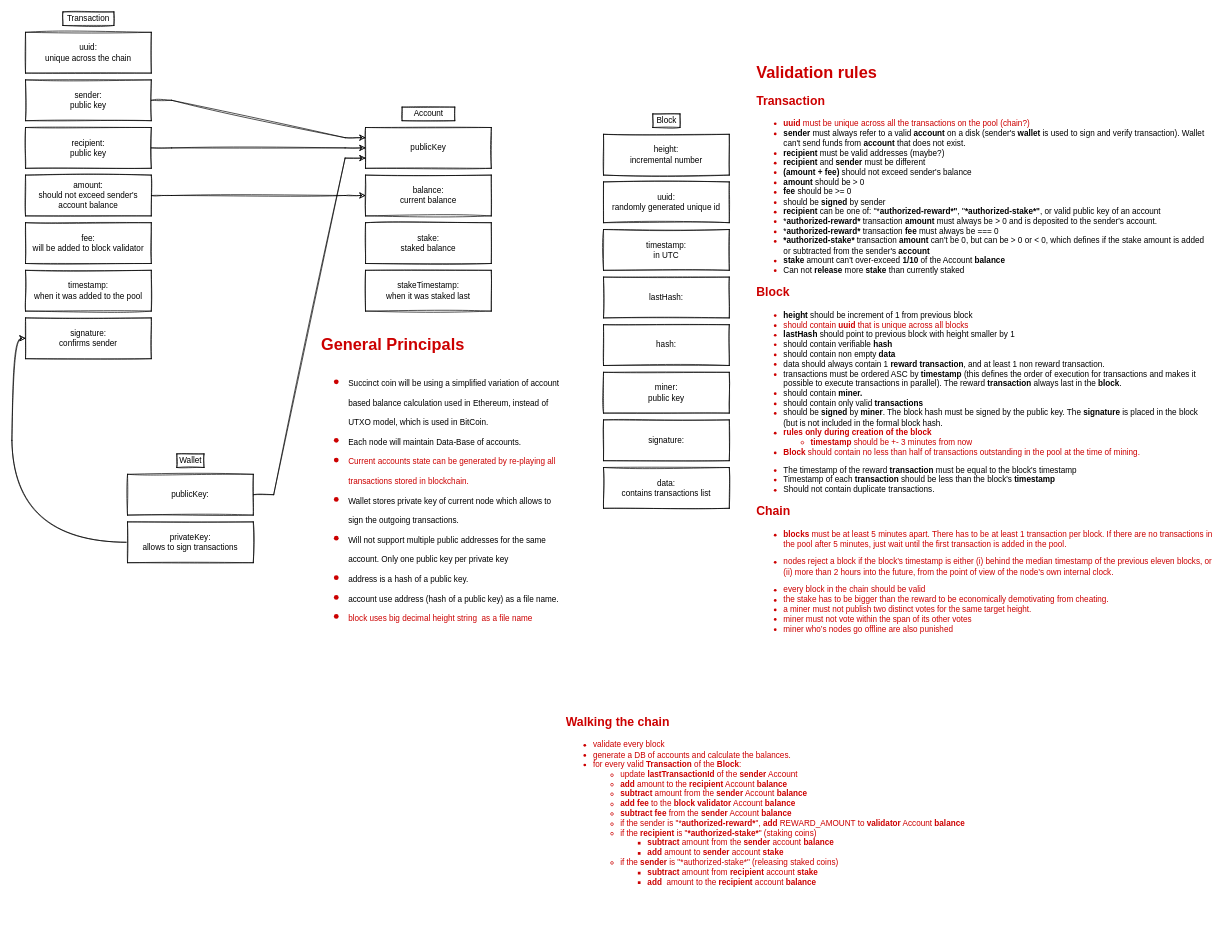
This is docs/Transaction Structure Diagram.drawio from echowaves/succinctcoin, a draw.io file, before an edit. Source tidied: cells renumbered, new cells numbered last; positions are measured from the earlier drawing's top-left corner, leaving out a move shared by most shapes. Both pictures are drawn from the tidied source at 68%, with x=0, y=0 at pixel (25, 12).
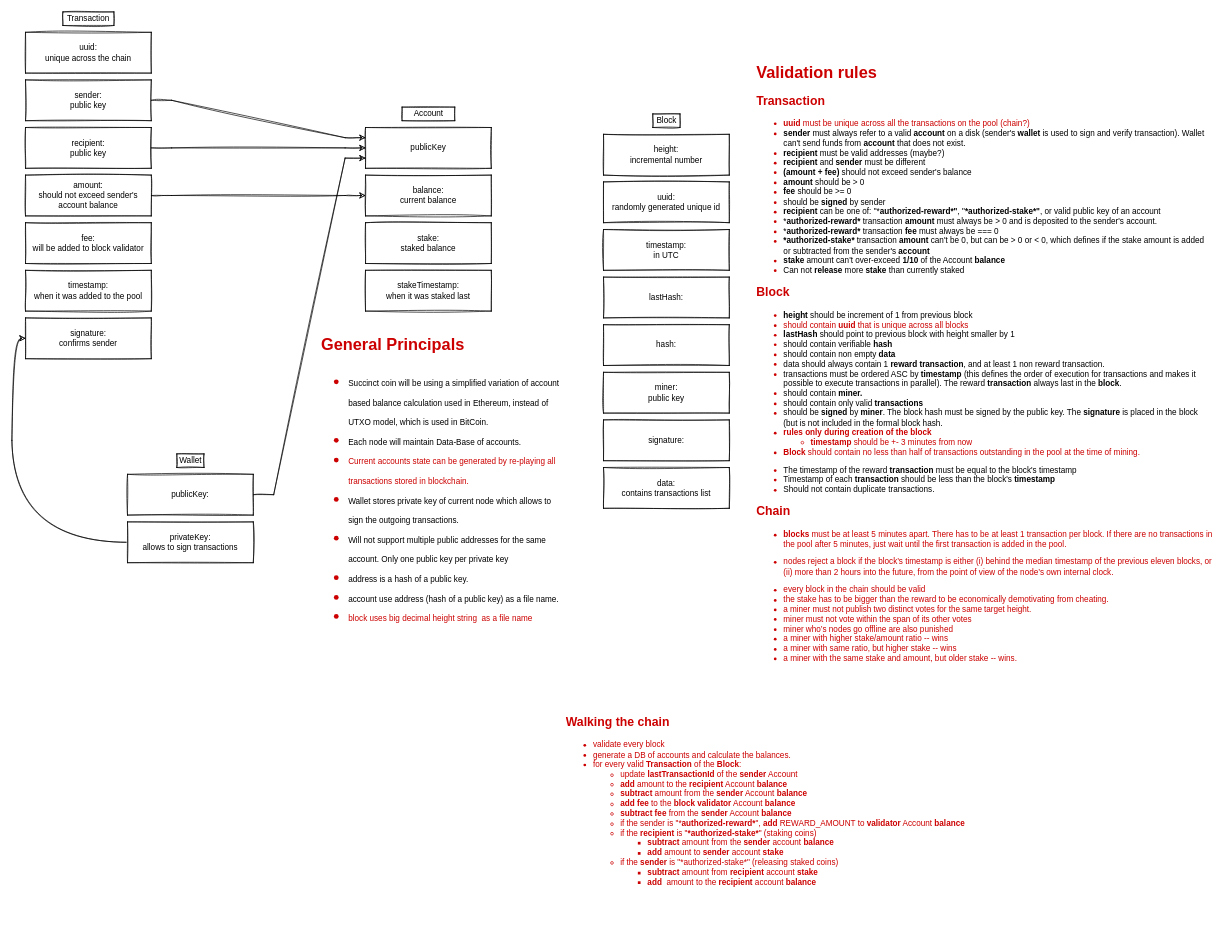
The same diagram, later.

The edit, as a diff of the source:
```diff
@@
-    <mxCell id="30" value="&lt;h1&gt;Validation rules&lt;/h1&gt;&lt;h2&gt;Transaction&lt;/h2&gt;&lt;div&gt;&lt;ul&gt;&lt;li&gt;&lt;b&gt;uuid&lt;/b&gt; must be unique across all the transactions on the pool (chain?)&lt;/li&gt;&lt;li&gt;&lt;font color=&quot;#000000&quot;&gt;&lt;b&gt;sender &lt;/b&gt;must always refer to a valid &lt;b&gt;account&lt;/b&gt; on a disk (sender's &lt;b&gt;wallet&lt;/b&gt; is used to sign and verify transaction). Wallet can't send funds from &lt;b&gt;account &lt;/b&gt;that does not exist.&lt;/font&gt;&lt;/li&gt;&lt;li&gt;&lt;font color=&quot;#000000&quot;&gt;&lt;b&gt;recipient&lt;/b&gt; must be valid addresses (maybe?)&lt;/font&gt;&lt;/li&gt;&lt;li&gt;&lt;font color=&quot;#000000&quot;&gt;&lt;b&gt;recipient&lt;/b&gt; and &lt;b&gt;sender&lt;/b&gt; must be different&lt;/font&gt;&lt;/li&gt;&lt;li&gt;&lt;font color=&quot;#000000&quot;&gt;&lt;b&gt;(amount + fee)&lt;/b&gt;&lt;span&gt; should not exceed sender's balance&lt;/span&gt;&lt;br&gt;&lt;/font&gt;&lt;/li&gt;&lt;li&gt;&lt;font color=&quot;#000000&quot;&gt;&lt;b&gt;amount&lt;/b&gt; should be &amp;gt; 0&lt;/font&gt;&lt;/li&gt;&lt;li&gt;&lt;font color=&quot;#000000&quot;&gt;&lt;b&gt;fee&lt;/b&gt;&amp;nbsp;should be &amp;gt;= 0&lt;/font&gt;&lt;/li&gt;&lt;li&gt;&lt;font color=&quot;#000000&quot;&gt;should be &lt;b&gt;signed&lt;/b&gt; by sender&lt;/font&gt;&lt;/li&gt;&lt;li&gt;&lt;font color=&quot;#000000&quot;&gt;&lt;b&gt;recipient&lt;/b&gt;&lt;span&gt;&amp;nbsp;can be one of: &quot;*&lt;/span&gt;&lt;b&gt;authorized-reward*&quot;&lt;/b&gt;&lt;span&gt;, &quot;&lt;/span&gt;&lt;b&gt;*authorized-stake*&quot;&lt;/b&gt;&lt;span&gt;, or valid public key of an account&lt;/span&gt;&lt;br&gt;&lt;/font&gt;&lt;/li&gt;&lt;li&gt;&lt;font color=&quot;#000000&quot;&gt;&lt;span&gt;*&lt;/span&gt;&lt;b&gt;authorized-reward*&lt;/b&gt;&amp;nbsp;transaction &lt;b&gt;amount&lt;/b&gt; must always be &amp;gt; 0 and is deposited to the sender's account.&lt;/font&gt;&lt;/li&gt;&lt;li&gt;&lt;font color=&quot;#000000&quot;&gt;*&lt;b&gt;authorized-reward*&lt;/b&gt;&amp;nbsp;transaction&amp;nbsp;&lt;b&gt;fee&lt;/b&gt;&amp;nbsp;must always be === 0&amp;nbsp;&lt;/font&gt;&lt;/li&gt;&lt;li&gt;&lt;font color=&quot;#000000&quot;&gt;&lt;b&gt;*authorized-stake* &lt;/b&gt;&lt;span&gt;transaction &lt;b&gt;amount&lt;/b&gt; can't be 0, but can be &amp;gt; 0 or &amp;lt; 0, which defines if the stake amount is added or subtracted from the sender's &lt;b&gt;account&lt;/b&gt;&lt;/span&gt;&lt;/font&gt;&lt;br&gt;&lt;/li&gt;&lt;li&gt;&lt;font color=&quot;#000000&quot;&gt;&lt;b&gt;stake &lt;/b&gt;amount can't over-exceed &lt;b&gt;1/10&lt;/b&gt; of the Account &lt;b&gt;balance&lt;/b&gt;&lt;/font&gt;&lt;/li&gt;&lt;li&gt;&lt;font color=&quot;#000000&quot;&gt;Can not &lt;b&gt;release&lt;/b&gt; more &lt;b&gt;stake&lt;/b&gt; than currently staked&lt;/font&gt;&lt;/li&gt;&lt;/ul&gt;&lt;/div&gt;&lt;h2&gt;Block&lt;/h2&gt;&lt;div&gt;&lt;ul&gt;&lt;li&gt;&lt;font color=&quot;#000000&quot;&gt;&lt;b&gt;height&lt;/b&gt;&lt;span&gt; should be increment of 1 from previous block&lt;/span&gt;&lt;br&gt;&lt;/font&gt;&lt;/li&gt;&lt;li&gt;should contain &lt;b&gt;uuid &lt;/b&gt;that is unique across all blocks&lt;/li&gt;&lt;li&gt;&lt;font color=&quot;#000000&quot;&gt;&lt;b&gt;lastHash&lt;/b&gt; should point to previous block with height smaller by 1&lt;/font&gt;&lt;/li&gt;&lt;li&gt;&lt;font color=&quot;#000000&quot;&gt;should contain verifiable &lt;b&gt;hash&lt;/b&gt;&lt;/font&gt;&lt;/li&gt;&lt;li&gt;&lt;font color=&quot;#000000&quot;&gt;should contain non empty &lt;b&gt;data&lt;/b&gt;&lt;/font&gt;&lt;/li&gt;&lt;li&gt;&lt;font color=&quot;#000000&quot;&gt;data should always contain 1&amp;nbsp;&lt;b&gt;reward transaction&lt;/b&gt;, and at least 1 non reward transaction.&lt;/font&gt;&lt;/li&gt;&lt;li&gt;&lt;font color=&quot;#000000&quot;&gt;transactions must be ordered ASC by &lt;b&gt;timestamp &lt;/b&gt;(this defines the order of execution for transactions and makes it possible to execute transactions in parallel). The reward &lt;b&gt;transaction &lt;/b&gt;always last in the &lt;b&gt;block&lt;/b&gt;.&lt;/font&gt;&lt;/li&gt;&lt;li&gt;&lt;font color=&quot;#000000&quot;&gt;should contain &lt;b&gt;miner.&lt;/b&gt;&lt;/font&gt;&lt;/li&gt;&lt;li&gt;&lt;font color=&quot;#000000&quot;&gt;should contain only valid &lt;b&gt;transactions&lt;/b&gt;&lt;/font&gt;&lt;/li&gt;&lt;li&gt;&lt;font color=&quot;#000000&quot;&gt;should be &lt;b&gt;signed&lt;/b&gt; by &lt;b&gt;miner&lt;/b&gt;. The block hash must be signed by the public key. The &lt;b&gt;signature&lt;/b&gt; is placed in the block (but is not included in the formal block hash.&lt;/font&gt;&lt;/li&gt;&lt;li&gt;&lt;b&gt;rules only during creation of the block&lt;/b&gt;&lt;/li&gt;&lt;ul&gt;&lt;li&gt;&lt;b&gt;timestamp&lt;/b&gt; should be +- 3 minutes from now&lt;/li&gt;&lt;/ul&gt;&lt;li&gt;&lt;b&gt;Block &lt;/b&gt;should contain no less than half of transactions outstanding in the pool at the time of mining.&lt;/li&gt;&lt;/ul&gt;&lt;p&gt;&lt;/p&gt;&lt;ul&gt;&lt;li&gt;&lt;span style=&quot;background-color: rgb(255 , 255 , 255)&quot;&gt;&lt;font style=&quot;font-size: 12px&quot; color=&quot;#000000&quot;&gt;The timestamp of the reward &lt;b&gt;transaction&lt;/b&gt; must be equal to the block's timestamp&lt;/font&gt;&lt;/span&gt;&lt;/li&gt;&lt;li&gt;&lt;font color=&quot;#000000&quot;&gt;Timestamp&lt;b&gt;&amp;nbsp;&lt;/b&gt;of each &lt;b&gt;transaction&amp;nbsp;&lt;/b&gt;should be less than the block's&amp;nbsp;&lt;b&gt;timestamp&lt;/b&gt;&lt;/font&gt;&lt;/li&gt;&lt;li&gt;&lt;font color=&quot;#000000&quot;&gt;Should not contain duplicate transactions.&amp;nbsp;&lt;/font&gt;&lt;/li&gt;&lt;/ul&gt;&lt;p&gt;&lt;/p&gt;&lt;/div&gt;&lt;h2&gt;Chain&lt;/h2&gt;&lt;div&gt;&lt;ul&gt;&lt;li&gt;&lt;b&gt;blocks&amp;nbsp;&lt;/b&gt;must be at least 5 minutes apart. There has to be at least 1 transaction per block. If there are no transactions in the pool after 5 minutes, just wait until the first transaction is added in the pool.&lt;/li&gt;&lt;/ul&gt;&lt;p&gt;&lt;/p&gt;&lt;ul&gt;&lt;li&gt;&lt;span style=&quot;background-color: rgb(255 , 255 , 255)&quot;&gt;&lt;font style=&quot;font-size: 12px&quot;&gt;nodes reject a block if the block’s timestamp is either (i) behind the median timestamp of the previous eleven blocks, or (ii) more than 2 hours into the future, from the point of view of the node’s own internal clock.&lt;/font&gt;&lt;/span&gt;&lt;/li&gt;&lt;/ul&gt;&lt;p&gt;&lt;/p&gt;&lt;ul&gt;&lt;li&gt;every block in the chain should be valid&lt;/li&gt;&lt;li&gt;the stake has to be bigger than the reward to be economically demotivating from cheating.&lt;/li&gt;&lt;li&gt;&lt;span style=&quot;letter-spacing: -0.063px ; background-color: rgb(255 , 255 , 255)&quot;&gt;a miner must not publish two distinct votes for the same target height.&lt;/span&gt;&lt;br&gt;&lt;/li&gt;&lt;li&gt;&lt;span style=&quot;letter-spacing: -0.063px ; background-color: rgb(255 , 255 , 255)&quot;&gt;miner must not vote within the span of its other votes&lt;/span&gt;&lt;/li&gt;&lt;li&gt;&lt;span style=&quot;letter-spacing: -0.063px ; background-color: rgb(255 , 255 , 255)&quot;&gt;miner&lt;/span&gt; who’s nodes go offline are also punished&lt;/li&gt;&lt;/ul&gt;&lt;div&gt;&lt;br&gt;&lt;/div&gt;&lt;/div&gt;&lt;h2&gt;&lt;br&gt;&lt;/h2&gt;" style="text;html=1;fillColor=none;spacing=5;spacingTop=-20;whiteSpace=wrap;overflow=hidden;rounded=0;sketch=1;fontColor=#CC0000;" parent="1" vertex="1">
+    <mxCell id="30" value="&lt;h1&gt;Validation rules&lt;/h1&gt;&lt;h2&gt;Transaction&lt;/h2&gt;&lt;div&gt;&lt;ul&gt;&lt;li&gt;&lt;b&gt;uuid&lt;/b&gt; must be unique across all the transactions on the pool (chain?)&lt;/li&gt;&lt;li&gt;&lt;font color=&quot;#000000&quot;&gt;&lt;b&gt;sender &lt;/b&gt;must always refer to a valid &lt;b&gt;account&lt;/b&gt; on a disk (sender's &lt;b&gt;wallet&lt;/b&gt; is used to sign and verify transaction). Wallet can't send funds from &lt;b&gt;account &lt;/b&gt;that does not exist.&lt;/font&gt;&lt;/li&gt;&lt;li&gt;&lt;font color=&quot;#000000&quot;&gt;&lt;b&gt;recipient&lt;/b&gt; must be valid addresses (maybe?)&lt;/font&gt;&lt;/li&gt;&lt;li&gt;&lt;font color=&quot;#000000&quot;&gt;&lt;b&gt;recipient&lt;/b&gt; and &lt;b&gt;sender&lt;/b&gt; must be different&lt;/font&gt;&lt;/li&gt;&lt;li&gt;&lt;font color=&quot;#000000&quot;&gt;&lt;b&gt;(amount + fee)&lt;/b&gt;&lt;span&gt; should not exceed sender's balance&lt;/span&gt;&lt;br&gt;&lt;/font&gt;&lt;/li&gt;&lt;li&gt;&lt;font color=&quot;#000000&quot;&gt;&lt;b&gt;amount&lt;/b&gt; should be &amp;gt; 0&lt;/font&gt;&lt;/li&gt;&lt;li&gt;&lt;font color=&quot;#000000&quot;&gt;&lt;b&gt;fee&lt;/b&gt;&amp;nbsp;should be &amp;gt;= 0&lt;/font&gt;&lt;/li&gt;&lt;li&gt;&lt;font color=&quot;#000000&quot;&gt;should be &lt;b&gt;signed&lt;/b&gt; by sender&lt;/font&gt;&lt;/li&gt;&lt;li&gt;&lt;font color=&quot;#000000&quot;&gt;&lt;b&gt;recipient&lt;/b&gt;&lt;span&gt;&amp;nbsp;can be one of: &quot;*&lt;/span&gt;&lt;b&gt;authorized-reward*&quot;&lt;/b&gt;&lt;span&gt;, &quot;&lt;/span&gt;&lt;b&gt;*authorized-stake*&quot;&lt;/b&gt;&lt;span&gt;, or valid public key of an account&lt;/span&gt;&lt;br&gt;&lt;/font&gt;&lt;/li&gt;&lt;li&gt;&lt;font color=&quot;#000000&quot;&gt;&lt;span&gt;*&lt;/span&gt;&lt;b&gt;authorized-reward*&lt;/b&gt;&amp;nbsp;transaction &lt;b&gt;amount&lt;/b&gt; must always be &amp;gt; 0 and is deposited to the sender's account.&lt;/font&gt;&lt;/li&gt;&lt;li&gt;&lt;font color=&quot;#000000&quot;&gt;*&lt;b&gt;authorized-reward*&lt;/b&gt;&amp;nbsp;transaction&amp;nbsp;&lt;b&gt;fee&lt;/b&gt;&amp;nbsp;must always be === 0&amp;nbsp;&lt;/font&gt;&lt;/li&gt;&lt;li&gt;&lt;font color=&quot;#000000&quot;&gt;&lt;b&gt;*authorized-stake* &lt;/b&gt;&lt;span&gt;transaction &lt;b&gt;amount&lt;/b&gt; can't be 0, but can be &amp;gt; 0 or &amp;lt; 0, which defines if the stake amount is added or subtracted from the sender's &lt;b&gt;account&lt;/b&gt;&lt;/span&gt;&lt;/font&gt;&lt;br&gt;&lt;/li&gt;&lt;li&gt;&lt;font color=&quot;#000000&quot;&gt;&lt;b&gt;stake &lt;/b&gt;amount can't over-exceed &lt;b&gt;1/10&lt;/b&gt; of the Account &lt;b&gt;balance&lt;/b&gt;&lt;/font&gt;&lt;/li&gt;&lt;li&gt;&lt;font color=&quot;#000000&quot;&gt;Can not &lt;b&gt;release&lt;/b&gt; more &lt;b&gt;stake&lt;/b&gt; than currently staked&lt;/font&gt;&lt;/li&gt;&lt;/ul&gt;&lt;/div&gt;&lt;h2&gt;Block&lt;/h2&gt;&lt;div&gt;&lt;ul&gt;&lt;li&gt;&lt;font color=&quot;#000000&quot;&gt;&lt;b&gt;height&lt;/b&gt;&lt;span&gt; should be increment of 1 from previous block&lt;/span&gt;&lt;br&gt;&lt;/font&gt;&lt;/li&gt;&lt;li&gt;should contain &lt;b&gt;uuid &lt;/b&gt;that is unique across all blocks&lt;/li&gt;&lt;li&gt;&lt;font color=&quot;#000000&quot;&gt;&lt;b&gt;lastHash&lt;/b&gt; should point to previous block with height smaller by 1&lt;/font&gt;&lt;/li&gt;&lt;li&gt;&lt;font color=&quot;#000000&quot;&gt;should contain verifiable &lt;b&gt;hash&lt;/b&gt;&lt;/font&gt;&lt;/li&gt;&lt;li&gt;&lt;font color=&quot;#000000&quot;&gt;should contain non empty &lt;b&gt;data&lt;/b&gt;&lt;/font&gt;&lt;/li&gt;&lt;li&gt;&lt;font color=&quot;#000000&quot;&gt;data should always contain 1&amp;nbsp;&lt;b&gt;reward transaction&lt;/b&gt;, and at least 1 non reward transaction.&lt;/font&gt;&lt;/li&gt;&lt;li&gt;&lt;font color=&quot;#000000&quot;&gt;transactions must be ordered ASC by &lt;b&gt;timestamp &lt;/b&gt;(this defines the order of execution for transactions and makes it possible to execute transactions in parallel). The reward &lt;b&gt;transaction &lt;/b&gt;always last in the &lt;b&gt;block&lt;/b&gt;.&lt;/font&gt;&lt;/li&gt;&lt;li&gt;&lt;font color=&quot;#000000&quot;&gt;should contain &lt;b&gt;miner.&lt;/b&gt;&lt;/font&gt;&lt;/li&gt;&lt;li&gt;&lt;font color=&quot;#000000&quot;&gt;should contain only valid &lt;b&gt;transactions&lt;/b&gt;&lt;/font&gt;&lt;/li&gt;&lt;li&gt;&lt;font color=&quot;#000000&quot;&gt;should be &lt;b&gt;signed&lt;/b&gt; by &lt;b&gt;miner&lt;/b&gt;. The block hash must be signed by the public key. The &lt;b&gt;signature&lt;/b&gt; is placed in the block (but is not included in the formal block hash.&lt;/font&gt;&lt;/li&gt;&lt;li&gt;&lt;b&gt;rules only during creation of the block&lt;/b&gt;&lt;/li&gt;&lt;ul&gt;&lt;li&gt;&lt;b&gt;timestamp&lt;/b&gt; should be +- 3 minutes from now&lt;/li&gt;&lt;/ul&gt;&lt;li&gt;&lt;b&gt;Block &lt;/b&gt;should contain no less than half of transactions outstanding in the pool at the time of mining.&lt;/li&gt;&lt;/ul&gt;&lt;p&gt;&lt;/p&gt;&lt;ul&gt;&lt;li&gt;&lt;span style=&quot;background-color: rgb(255 , 255 , 255)&quot;&gt;&lt;font style=&quot;font-size: 12px&quot; color=&quot;#000000&quot;&gt;The timestamp of the reward &lt;b&gt;transaction&lt;/b&gt; must be equal to the block's timestamp&lt;/font&gt;&lt;/span&gt;&lt;/li&gt;&lt;li&gt;&lt;font color=&quot;#000000&quot;&gt;Timestamp&lt;b&gt;&amp;nbsp;&lt;/b&gt;of each &lt;b&gt;transaction&amp;nbsp;&lt;/b&gt;should be less than the block's&amp;nbsp;&lt;b&gt;timestamp&lt;/b&gt;&lt;/font&gt;&lt;/li&gt;&lt;li&gt;&lt;font color=&quot;#000000&quot;&gt;Should not contain duplicate transactions.&amp;nbsp;&lt;/font&gt;&lt;/li&gt;&lt;/ul&gt;&lt;p&gt;&lt;/p&gt;&lt;/div&gt;&lt;h2&gt;Chain&lt;/h2&gt;&lt;div&gt;&lt;ul&gt;&lt;li&gt;&lt;b&gt;blocks&amp;nbsp;&lt;/b&gt;must be at least 5 minutes apart. There has to be at least 1 transaction per block. If there are no transactions in the pool after 5 minutes, just wait until the first transaction is added in the pool.&lt;/li&gt;&lt;/ul&gt;&lt;p&gt;&lt;/p&gt;&lt;ul&gt;&lt;li&gt;&lt;span style=&quot;background-color: rgb(255 , 255 , 255)&quot;&gt;&lt;font style=&quot;font-size: 12px&quot;&gt;nodes reject a block if the block’s timestamp is either (i) behind the median timestamp of the previous eleven blocks, or (ii) more than 2 hours into the future, from the point of view of the node’s own internal clock.&lt;/font&gt;&lt;/span&gt;&lt;/li&gt;&lt;/ul&gt;&lt;p&gt;&lt;/p&gt;&lt;ul&gt;&lt;li&gt;every block in the chain should be valid&lt;/li&gt;&lt;li&gt;the stake has to be bigger than the reward to be economically demotivating from cheating.&lt;/li&gt;&lt;li&gt;&lt;span style=&quot;letter-spacing: -0.063px ; background-color: rgb(255 , 255 , 255)&quot;&gt;a miner must not publish two distinct votes for the same target height.&lt;/span&gt;&lt;br&gt;&lt;/li&gt;&lt;li&gt;&lt;span style=&quot;letter-spacing: -0.063px ; background-color: rgb(255 , 255 , 255)&quot;&gt;miner must not vote within the span of its other votes&lt;/span&gt;&lt;/li&gt;&lt;li&gt;&lt;span style=&quot;letter-spacing: -0.063px ; background-color: rgb(255 , 255 , 255)&quot;&gt;miner&lt;/span&gt; who’s nodes go offline are also punished&lt;/li&gt;&lt;li&gt;a miner with higher stake/amount ratio -- wins&lt;/li&gt;&lt;li&gt;a miner with same ratio, but higher stake -- wins&lt;/li&gt;&lt;li&gt;a miner with the same stake and amount, but older stake -- wins.&lt;/li&gt;&lt;/ul&gt;&lt;div&gt;&lt;br&gt;&lt;/div&gt;&lt;/div&gt;&lt;h2&gt;&lt;br&gt;&lt;/h2&gt;" style="text;html=1;fillColor=none;spacing=5;spacingTop=-20;whiteSpace=wrap;overflow=hidden;rounded=0;sketch=1;fontColor=#CC0000;" parent="1" vertex="1">
       <mxGeometry x="1070" y="70" width="680" height="960" as="geometry" />
     </mxCell>
```
